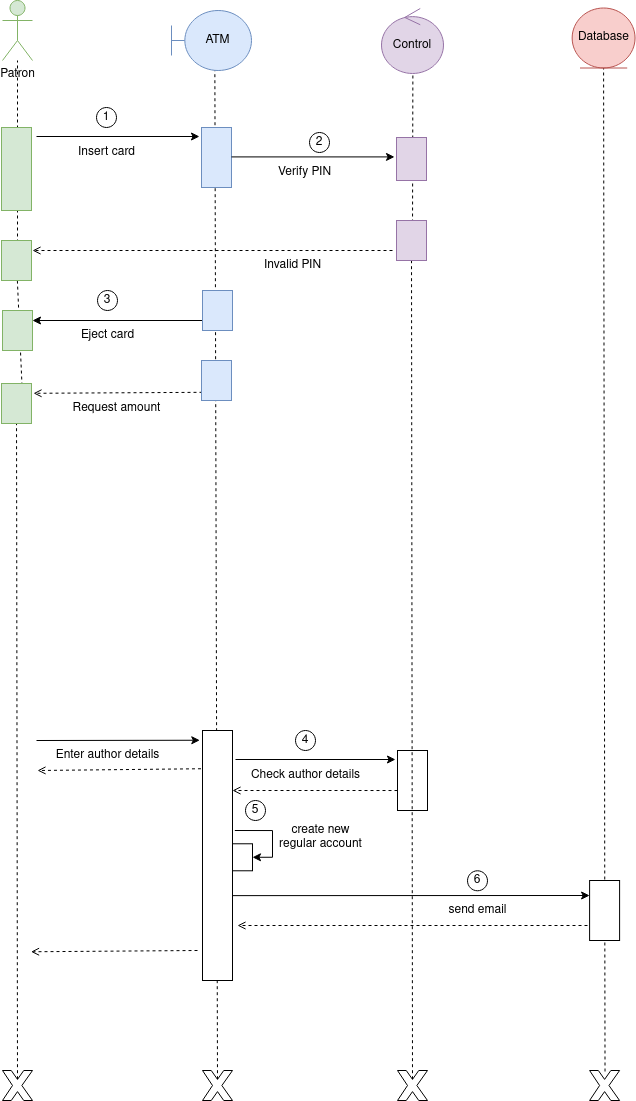
This is diagramas/Diagrama de secuencia cajero automatico.png from Chugani05/entorno_de_desarrollo, a draw.io export, as it was before one commit. Source tidied: cells renumbered, new cells last; positions are measured from the earlier drawing's top-left corner, leaving out a move shared by most shapes.
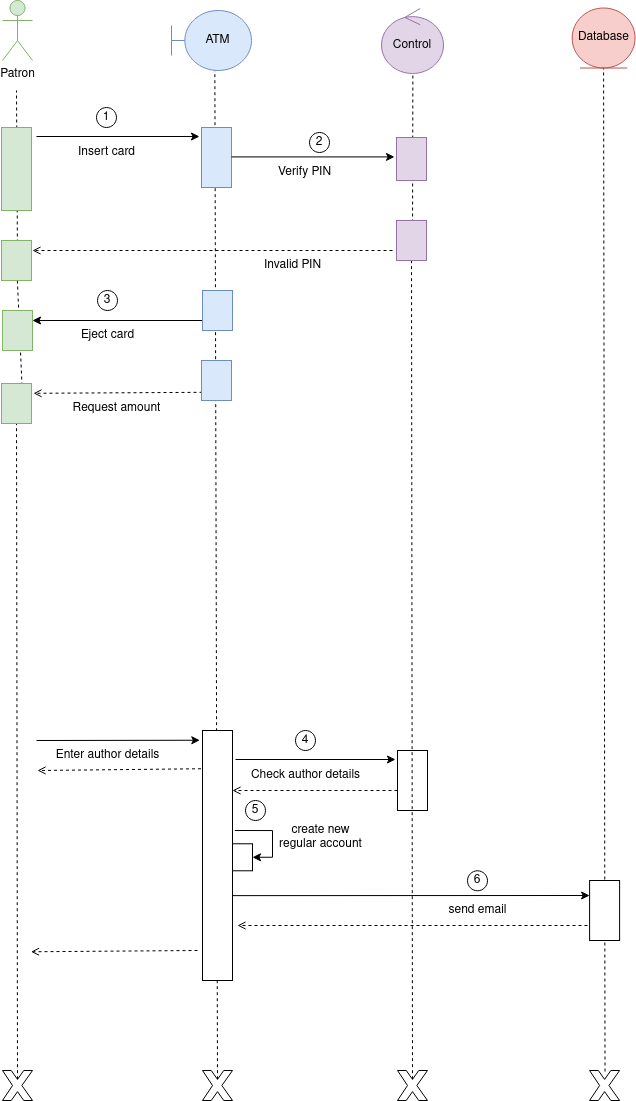
After the commit.

What changed in the source:
```diff
@@ -95,9 +95,10 @@
     <mxCell id="25" style="rounded=0;whiteSpace=wrap;html=1;direction=south;verticalAlign=top;fillColor=#dae8fc;strokeColor=#6c8ebf;" parent="1" vertex="1">
       <mxGeometry x="200" y="127" width="30" height="60" as="geometry" />
     </mxCell>
-    <mxCell id="26" style="endArrow=none;dashed=1;html=1;rounded=0;" parent="1" edge="1" target="41">
+    <mxCell id="26" style="endArrow=none;dashed=1;html=1;rounded=0;" parent="1" edge="1">
       <mxGeometry relative="1" as="geometry">
         <mxPoint x="16" y="260" as="sourcePoint" />
+        <mxPoint x="15" y="90" as="targetPoint" />
       </mxGeometry>
     </mxCell>
     <mxCell id="27" style="rounded=0;whiteSpace=wrap;html=1;direction=south;fillColor=#d5e8d4;strokeColor=#82b366;" parent="1" vertex="1">
```
